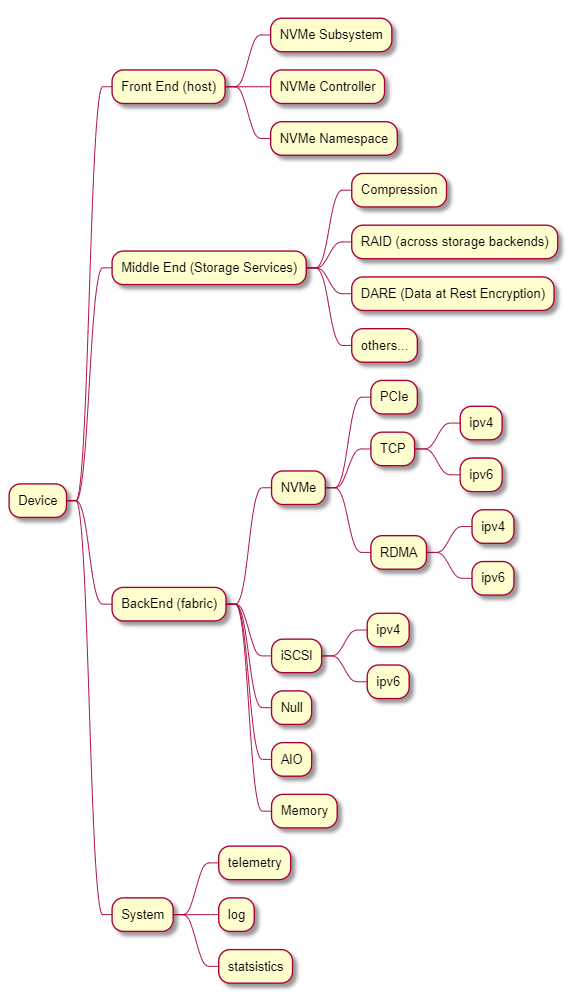
The PlantUML diagram storage/DPU-API-Storage.png in tedstreete/opi-api, before a commit. Its source is kept beside it as storage/DPU-API-Storage.plantuml.
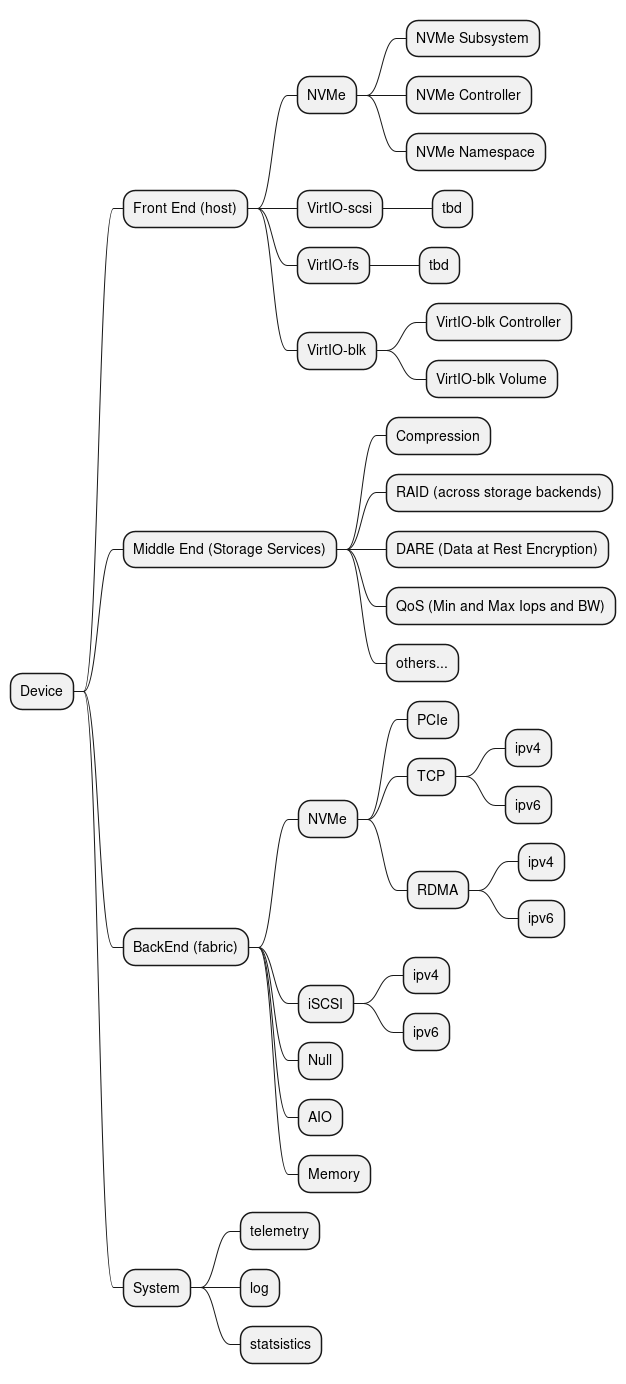
Above is the later version.

Commit message:
Storage: add virtio

Change to the diagram source:
```diff
@@ -1,9 +1,17 @@
 @startmindmap
 * Device
 ** Front End (host)
-*** NVMe Subsystem
-*** NVMe Controller
-*** NVMe Namespace
+*** NVMe
+**** NVMe Subsystem
+**** NVMe Controller
+**** NVMe Namespace
+*** VirtIO-scsi
+**** tbd
+*** VirtIO-fs
+**** tbd
+*** VirtIO-blk
+**** VirtIO-blk Controller
+**** VirtIO-blk Volume
 ** Middle End (Storage Services)
 *** Compression
 *** RAID (across storage backends)
```
